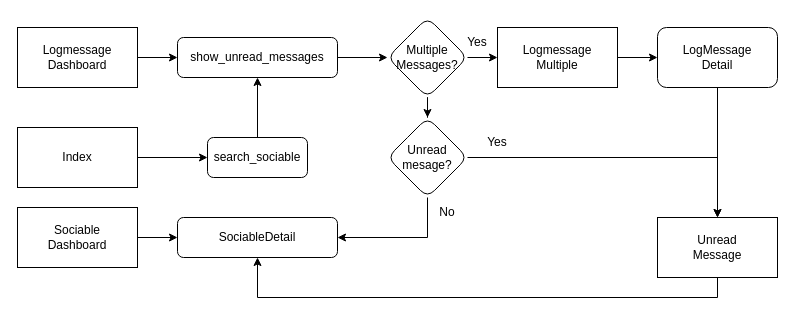
This is architecture/flowToSociableDetail.drawio from MxTheo/travelingguestbook, a draw.io file, before an edit. Source tidied: cells renumbered, new cells numbered last; positions are measured from the earlier drawing's top-left corner, leaving out a move shared by most shapes. Both pictures are drawn from the tidied source at 100%, with x=0, y=0 at pixel (17, 17).
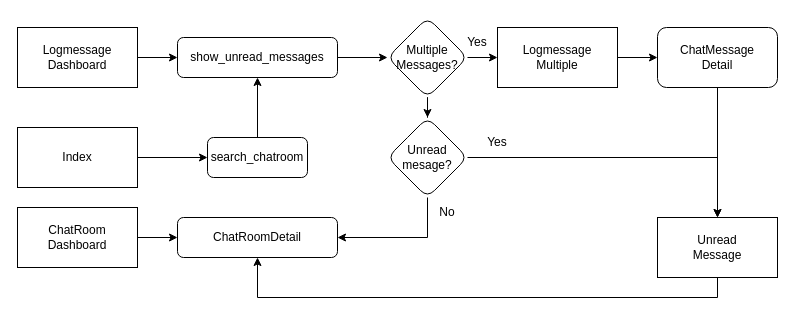
The same diagram, later.

Diff of the diagram source:
```diff
@@
-    <mxCell id="3" value="search_sociable" style="rounded=1;whiteSpace=wrap;html=1;fontSize=12;glass=0;strokeWidth=1;shadow=0;" parent="1" vertex="1">
+    <mxCell id="3" value="search_chatroom" style="rounded=1;whiteSpace=wrap;html=1;fontSize=12;glass=0;strokeWidth=1;shadow=0;" parent="1" vertex="1">
       <mxGeometry x="190" y="120" width="100" height="40" as="geometry" />
     </mxCell>
@@
-    <mxCell id="11" value="Sociable&lt;br&gt;Dashboard" style="rounded=0;whiteSpace=wrap;html=1;" parent="1" vertex="1">
+    <mxCell id="11" value="ChatRoom&lt;br&gt;Dashboard" style="rounded=0;whiteSpace=wrap;html=1;" parent="1" vertex="1">
       <mxGeometry y="190" width="120" height="60" as="geometry" />
     </mxCell>
@@
-    <mxCell id="16" value="SociableDetail" style="rounded=1;whiteSpace=wrap;html=1;fontSize=12;glass=0;strokeWidth=1;shadow=0;" parent="1" vertex="1">
+    <mxCell id="16" value="ChatRoomDetail" style="rounded=1;whiteSpace=wrap;html=1;fontSize=12;glass=0;strokeWidth=1;shadow=0;" parent="1" vertex="1">
       <mxGeometry x="160" y="200" width="160" height="40" as="geometry" />
     </mxCell>
@@
-    <mxCell id="24" value="LogMessage&lt;div&gt;Detail&lt;/div&gt;" style="rounded=1;whiteSpace=wrap;html=1;shadow=0;glass=0;strokeColor=default;strokeWidth=1;align=center;verticalAlign=middle;fontFamily=Helvetica;fontSize=12;fontColor=default;fillColor=default;" parent="1" vertex="1">
+    <mxCell id="24" value="ChatMessage&lt;div&gt;Detail&lt;/div&gt;" style="rounded=1;whiteSpace=wrap;html=1;shadow=0;glass=0;strokeColor=default;strokeWidth=1;align=center;verticalAlign=middle;fontFamily=Helvetica;fontSize=12;fontColor=default;fillColor=default;" parent="1" vertex="1">
       <mxGeometry x="640" y="10" width="120" height="60" as="geometry" />
     </mxCell>
```
